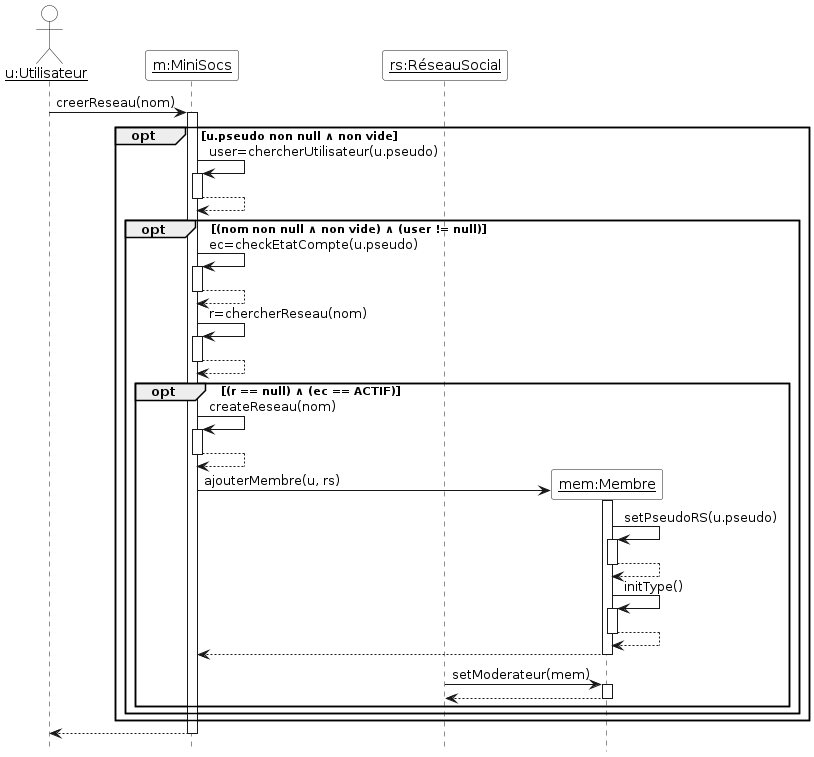
Before: Diagrammes/minisocs_uml_diag_seq_creer_reseau.png, a diagram exported from PlantUML (ThELud0/Minisocs).
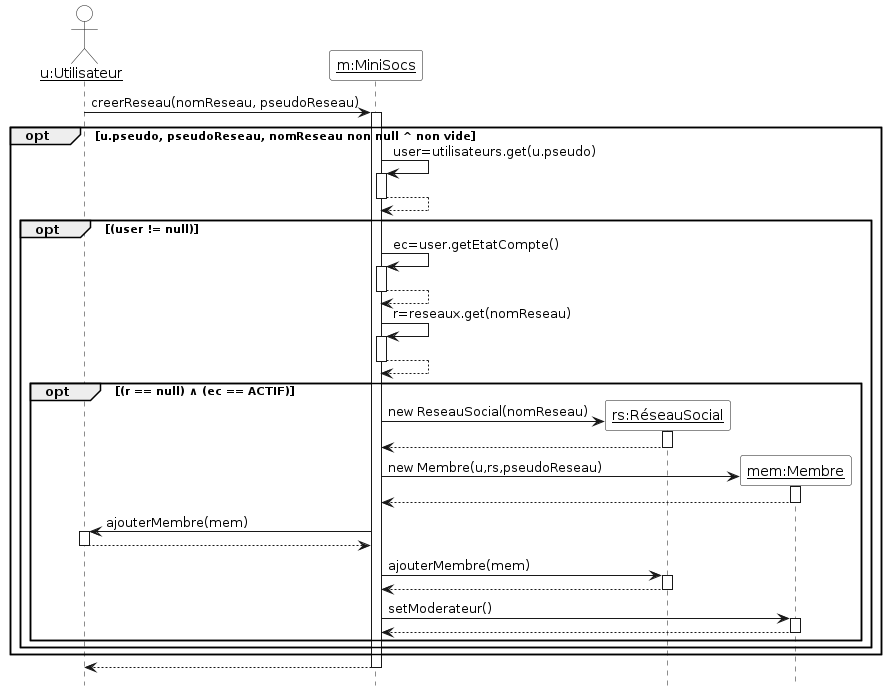
After the commit.

Diff of the diagram source:
```diff
@@ -8,31 +8,32 @@
 
 actor "__u:Utilisateur__" as u
 participant "__m:MiniSocs__" as m
-participant "__rs:RéseauSocial__" as rs
 
 
-u -> m ++ : creerReseau(nom)
-opt u.pseudo non null ∧ non vide
-m -> m ++ : user=chercherUtilisateur(u.pseudo)
+u -> m ++ : creerReseau(nomReseau, pseudoReseau)
+opt u.pseudo, pseudoReseau, nomReseau non null ^ non vide
+m -> m ++ : user=utilisateurs.get(u.pseudo)
 return
-opt (nom non null ∧ non vide) ∧ (user != null)
-m -> m ++ : ec=checkEtatCompte(u.pseudo)
+opt (user != null)
+m -> m ++ : ec=user.getEtatCompte()
 return
-m -> m ++ : r=chercherReseau(nom)
+m -> m ++ : r=reseaux.get(nomReseau)
 return
 opt (r == null) ∧ (ec == ACTIF)
-m -> m ++ : createReseau(nom)
+create "__rs:RéseauSocial__" as rs
+m -> rs ++ : new ReseauSocial(nomReseau)
 return
 create "__mem:Membre__" as mem
-m -> "__mem:Membre__" as mem ++ : ajouterMembre(u, rs)
-mem -> mem ++ : setPseudoRS(u.pseudo)
+m -> mem ++ : new Membre(u,rs,pseudoReseau)
 return
-mem -> mem ++ : initType()
+m -> u ++ : ajouterMembre(mem)
 return
+m -> rs ++ : ajouterMembre(mem)
+return
+m -> "__mem:Membre__" as mem ++ : setModerateur()
 return
 
-rs -> "__mem:Membre__" as mem ++ : setModerateur(mem)
-return
+
 
 end
 end
```
